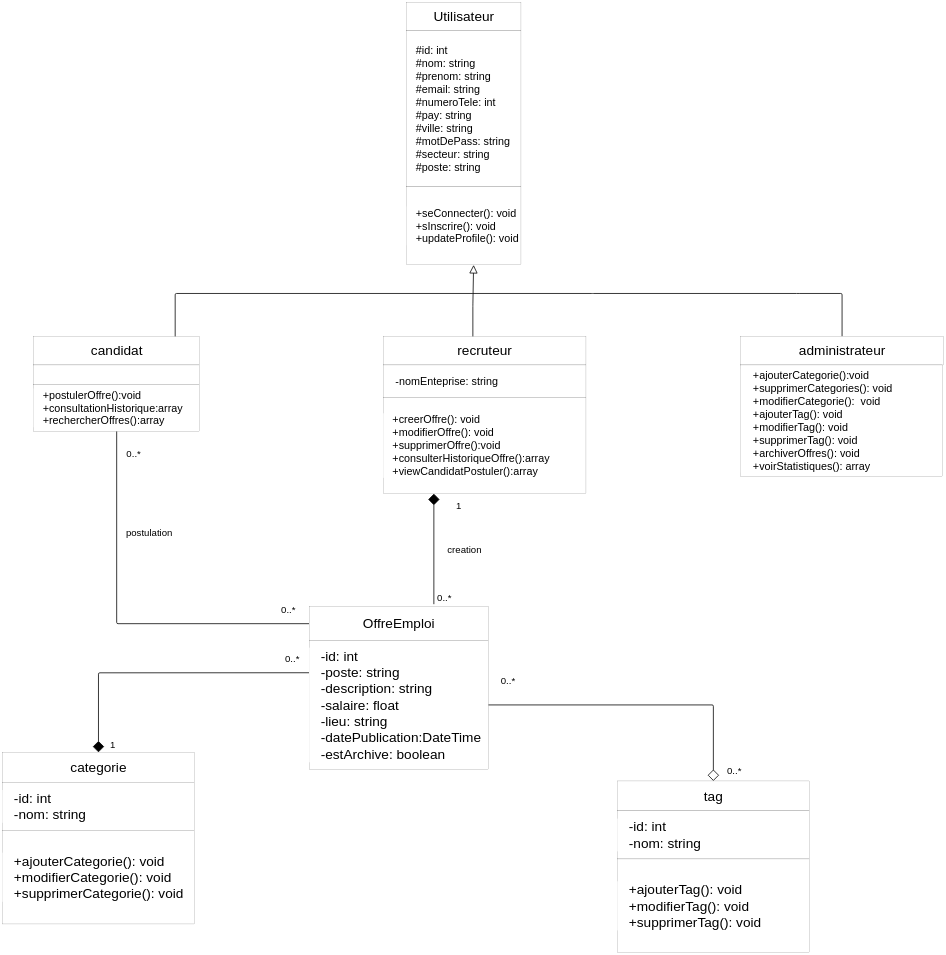
NaamyFatimaZahra/CareerLink keeps this draw.io diagram as UML/diagrammeClasse.drawio. Above is the earlier version. Source tidied: cells renumbered, new cells numbered last; positions are measured from the earlier drawing's top-left corner, leaving out a move shared by most shapes. Both pictures are drawn from the tidied source at 13%, with x=0, y=0 at pixel (2, 2).
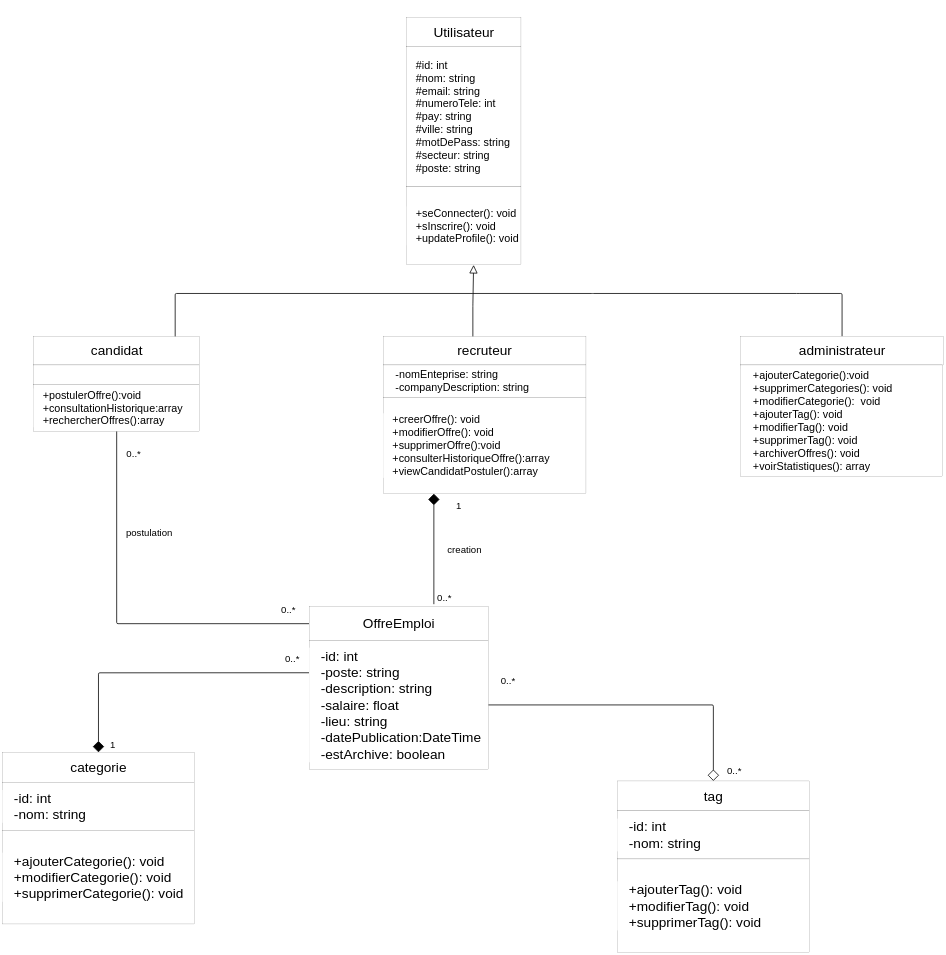
After the change.

Change to the diagram source:
```diff
@@
     <mxCell id="2" style="whiteSpace=wrap;html=1;" parent="1" vertex="1">
-      <mxGeometry x="3110" width="880" height="220" as="geometry" />
+      <mxGeometry x="3110" y="120" width="880" height="220" as="geometry" />
     </mxCell>
     <mxCell id="3" value="Utilisateur" style="text;html=1;align=center;verticalAlign=middle;strokeColor=none;fillColor=none;fontSize=105;" parent="1" vertex="1">
-      <mxGeometry x="3305" y="40" width="490" height="140" as="geometry" />
+      <mxGeometry x="3305" y="160" width="490" height="140" as="geometry" />
     </mxCell>
-    <mxCell id="4" value="&lt;span style=&quot;&quot;&gt;&amp;nbsp; &amp;nbsp;#id: int&lt;/span&gt;&lt;br style=&quot;border-color: var(--border-color);&quot;&gt;&amp;nbsp; &amp;nbsp;#nom: string&lt;br&gt;&amp;nbsp; &amp;nbsp;#prenom: string&lt;br&gt;&amp;nbsp; &amp;nbsp;#email: string&lt;br&gt;&amp;nbsp; &amp;nbsp;#numeroTele: int&amp;nbsp;&lt;br style=&quot;border-color: var(--border-color);&quot;&gt;&amp;nbsp; &amp;nbsp;#pay: string&lt;br&gt;&amp;nbsp; &amp;nbsp;#ville: string&lt;br&gt;&amp;nbsp; &amp;nbsp;#motDePass: string&lt;br&gt;&amp;nbsp; &amp;nbsp;#secteur: string&lt;br&gt;&amp;nbsp; &amp;nbsp;#poste: string" style="whiteSpace=wrap;html=1;fontSize=83;align=left;" parent="1" vertex="1">
-      <mxGeometry x="3110" y="220" width="880" height="1200" as="geometry" />
+    <mxCell id="4" value="&lt;span style=&quot;&quot;&gt;&amp;nbsp; &amp;nbsp;#id: int&lt;/span&gt;&lt;br style=&quot;border-color: var(--border-color);&quot;&gt;&amp;nbsp; &amp;nbsp;#nom: string&lt;br&gt;&amp;nbsp; &amp;nbsp;#email: string&lt;br&gt;&amp;nbsp; &amp;nbsp;#numeroTele: int&amp;nbsp;&lt;br style=&quot;border-color: var(--border-color);&quot;&gt;&amp;nbsp; &amp;nbsp;#pay: string&lt;br&gt;&amp;nbsp; &amp;nbsp;#ville: string&lt;br&gt;&amp;nbsp; &amp;nbsp;#motDePass: string&lt;br&gt;&amp;nbsp; &amp;nbsp;#secteur: string&lt;br&gt;&amp;nbsp; &amp;nbsp;#poste: string" style="whiteSpace=wrap;html=1;fontSize=83;align=left;" parent="1" vertex="1">
+      <mxGeometry x="3110" y="340" width="880" height="1080" as="geometry" />
     </mxCell>
@@
-    <mxCell id="22" value="&amp;nbsp; &amp;nbsp; -nomEnteprise: string" style="whiteSpace=wrap;html=1;fontSize=83;align=left;" parent="1" vertex="1">
+    <mxCell id="22" value="&amp;nbsp; &amp;nbsp; -nomEnteprise: string&lt;br&gt;&amp;nbsp; &amp;nbsp; -companyDescription: string" style="whiteSpace=wrap;html=1;fontSize=83;align=left;" parent="1" vertex="1">
       <mxGeometry x="2930" y="2790" width="1560" height="250" as="geometry" />
     </mxCell>
```
